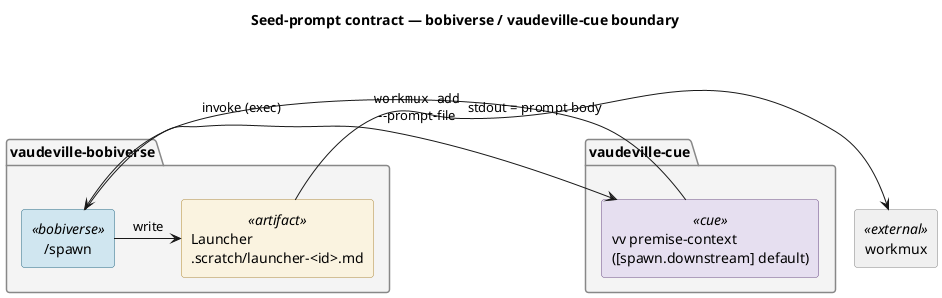
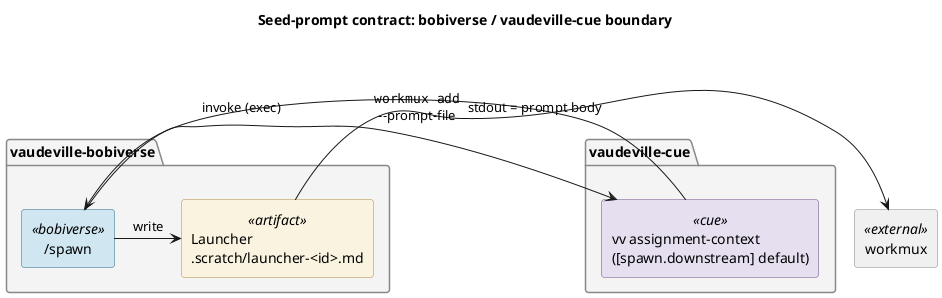
@startuml seed-prompt-flow

' The contract boundary between vaudeville-bobiverse and vaudeville-cue
' at Bob spawn. Bobiverse owns the Launcher (the file written to disk
' and handed to workmux); vaudeville-cue owns the seed prompt's content.
- ' The configured downstream — [spawn.downstream] command in
- ' vaudeville.toml, default `vv premise-context` in CUE — is the seam at
+ ' The configured downstream ([spawn.downstream] command in
+ ' vaudeville.toml, default `vv assignment-context` in CUE) is the seam at
' which the two contexts meet.

- title Seed-prompt contract — bobiverse / vaudeville-cue boundary
+ title Seed-prompt contract: bobiverse / vaudeville-cue boundary

skinparam shadowing false
skinparam roundCorner 6
skinparam defaultFontName sans-serif

skinparam package {
  BackgroundColor #f4f4f4
  BorderColor #888888
}

skinparam rectangle {
  BackgroundColor<<bobiverse>>  #d0e6f0
  BorderColor<<bobiverse>>      #2a6a85
  BackgroundColor<<cue>>        #e6dff0
  BorderColor<<cue>>            #6a4a85
  BackgroundColor<<artifact>>   #faf3e0
  BorderColor<<artifact>>       #b08a3a
  BackgroundColor<<external>>   #f0f0f0
  BorderColor<<external>>       #888888
}

package "vaudeville-bobiverse" {
  rectangle "/spawn"                      as spawn      <<bobiverse>>
  rectangle "Launcher\n.scratch/launcher-<id>.md" as launcher <<artifact>>
}

package "vaudeville-cue" {
-   rectangle "vv premise-context\n([spawn.downstream] default)" as downstream <<cue>>
+   rectangle "vv assignment-context\n([spawn.downstream] default)" as downstream <<cue>>
}

rectangle "workmux" as workmux <<external>>

spawn      -> downstream : invoke (exec)
downstream -> spawn      : stdout = prompt body
spawn      -> launcher   : write
launcher   -> workmux    : ""workmux add""\n--prompt-file

@enduml
